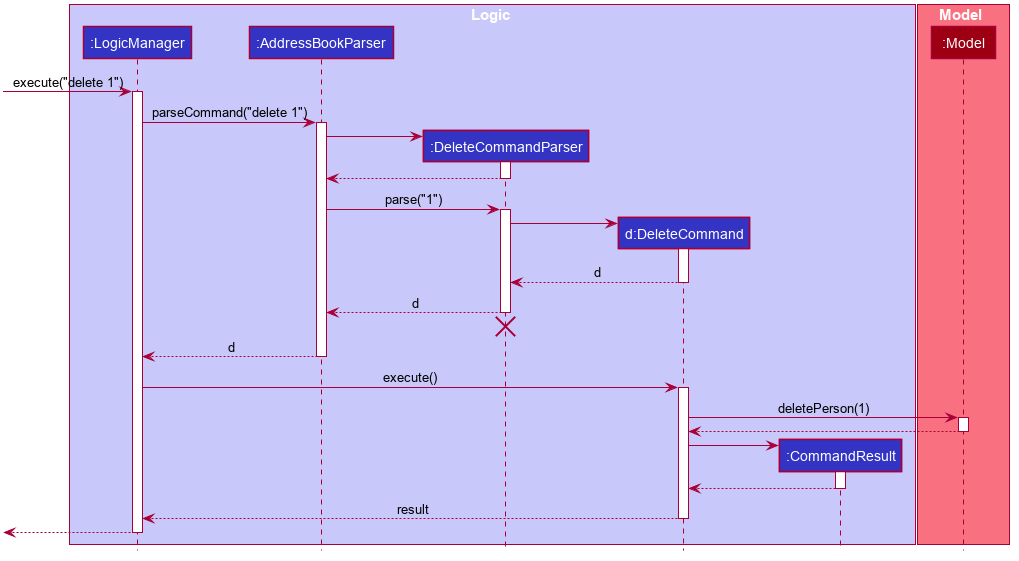
Before: docs/images/DeleteSequenceDiagram.png, a diagram exported from PlantUML (nus-cs2103-AY2021S2/tp).
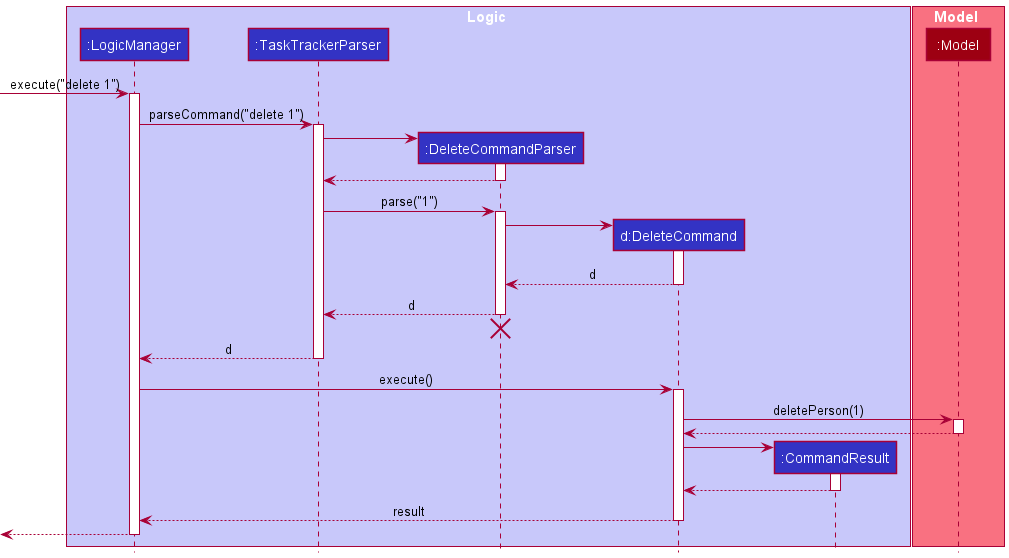
After the change.

Change to the diagram source:
```diff
@@ -1,79 +1,32 @@
 @startuml
+!include style.puml
 
-
-
-
-
-
-
-
-skinparam BackgroundColor #FFFFFFF
-
-skinparam Shadowing false
-
-skinparam Class {
-    FontColor #FFFFFF
-    BorderThickness 1
-    BorderColor #FFFFFF
-    StereotypeFontColor #FFFFFF
-    FontName Arial
-}
-
-skinparam Actor {
-    BorderColor #000000
-    Color #000000
-    FontName Arial
-}
-
-skinparam Sequence {
-    MessageAlign center
-    BoxFontSize 15
-    BoxPadding 0
-    BoxFontColor #FFFFFF
-    FontName Arial
-}
-
-skinparam Participant {
-    FontColor #FFFFFFF
-    Padding 20
-}
-
-skinparam MinClassWidth 50
-skinparam ParticipantPadding 10
-skinparam Shadowing false
-skinparam DefaultTextAlignment center
-skinparam packageStyle Rectangle
-
-hide footbox
-hide members
-hide circle
-
-box Logic #C8C8FA
-participant ":LogicManager" as LogicManager #3333C4
-participant ":AddressBookParser" as AddressBookParser #3333C4
-participant ":DeleteCommandParser" as DeleteCommandParser #3333C4
-participant "d:DeleteCommand" as DeleteCommand #3333C4
-participant ":CommandResult" as CommandResult #3333C4
+box Logic LOGIC_COLOR_T1
+participant ":LogicManager" as LogicManager LOGIC_COLOR
+participant ":TaskTrackerParser" as TaskTrackerParser LOGIC_COLOR
+participant ":DeleteCommandParser" as DeleteCommandParser LOGIC_COLOR
+participant "d:DeleteCommand" as DeleteCommand LOGIC_COLOR
+participant ":CommandResult" as CommandResult LOGIC_COLOR
 end box
 
-box Model #F97181
-participant ":Model" as Model #9D0012
+box Model MODEL_COLOR_T1
+participant ":Model" as Model MODEL_COLOR
 end box
 
 [-> LogicManager : execute("delete 1")
 activate LogicManager
 
-LogicManager -> AddressBookParser : parseCommand("delete 1")
-activate AddressBookParser
+LogicManager -> TaskTrackerParser : parseCommand("delete 1")
+activate TaskTrackerParser
 
 create DeleteCommandParser
-AddressBookParser -> DeleteCommandParser
+TaskTrackerParser -> DeleteCommandParser
 activate DeleteCommandParser
 
-DeleteCommandParser --> AddressBookParser
+DeleteCommandParser --> TaskTrackerParser
 deactivate DeleteCommandParser
 
-AddressBookParser -> DeleteCommandParser : parse("1")
+TaskTrackerParser -> DeleteCommandParser : parse("1")
 activate DeleteCommandParser
 
 create DeleteCommand
@@ -83,13 +36,13 @@
 DeleteCommand --> DeleteCommandParser : d
 deactivate DeleteCommand
 
-DeleteCommandParser --> AddressBookParser : d
+DeleteCommandParser --> TaskTrackerParser : d
 deactivate DeleteCommandParser
-DeleteCommandParser -[hidden]-> AddressBookParser
+DeleteCommandParser -[hidden]-> TaskTrackerParser
 destroy DeleteCommandParser
 
-AddressBookParser --> LogicManager : d
-deactivate AddressBookParser
+TaskTrackerParser --> LogicManager : d
+deactivate TaskTrackerParser
 
 LogicManager -> DeleteCommand : execute()
 activate DeleteCommand
```
